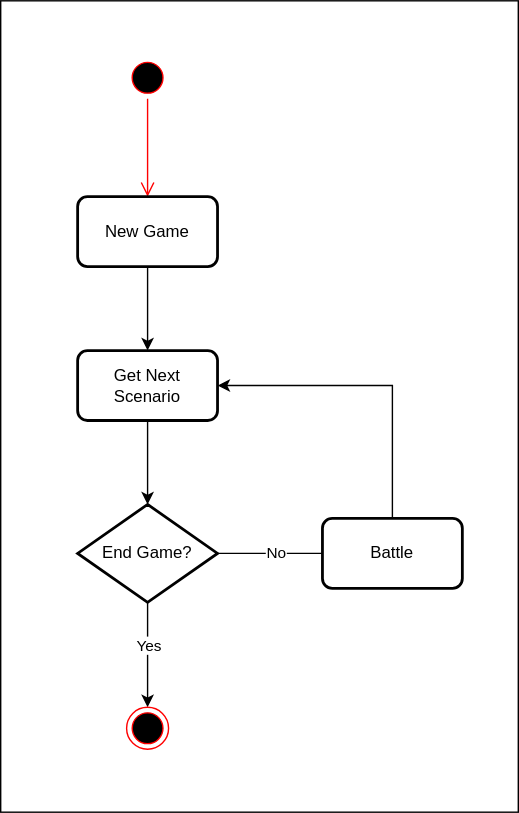
Before: docs/game_flow.svg, a diagram exported from draw.io (Haraj-backend/hex-monscape). Source tidied: cells renumbered, new cells last; positions are measured from the earlier drawing's top-left corner, leaving out a move shared by most shapes. The source it was exported from:
```xml
<mxGraphModel>
  <root>
    <mxCell id="0" />
    <mxCell id="1" parent="0" />
    <mxCell id="2" style="rounded=0;whiteSpace=wrap;html=1;" parent="1" vertex="1">
      <mxGeometry width="370" height="580" as="geometry" />
    </mxCell>
    <mxCell id="3" style="ellipse;html=1;shape=startState;fillColor=#000000;strokeColor=#ff0000;" parent="1" vertex="1">
      <mxGeometry x="90" y="40" width="30" height="30" as="geometry" />
    </mxCell>
    <mxCell id="4" style="edgeStyle=orthogonalEdgeStyle;html=1;verticalAlign=bottom;endArrow=open;endSize=8;strokeColor=#ff0000;rounded=0;" parent="1" edge="1" source="3">
      <mxGeometry relative="1" as="geometry">
        <mxPoint x="105" y="140" as="targetPoint" />
      </mxGeometry>
    </mxCell>
    <mxCell id="5" style="edgeStyle=orthogonalEdgeStyle;rounded=0;jettySize=auto;html=1;exitX=0.5;exitY=1;exitDx=0;exitDy=0;entryX=0.5;entryY=0;entryDx=0;entryDy=0;" parent="1" edge="1" source="6" target="8">
      <mxGeometry relative="1" as="geometry" />
    </mxCell>
    <mxCell id="6" value="New Game" style="rounded=1;whiteSpace=wrap;html=1;absoluteArcSize=1;arcSize=14;strokeWidth=2;" parent="1" vertex="1">
      <mxGeometry x="55" y="140" width="100" height="50" as="geometry" />
    </mxCell>
    <mxCell id="7" style="edgeStyle=orthogonalEdgeStyle;rounded=0;jettySize=auto;html=1;exitX=0.5;exitY=1;exitDx=0;exitDy=0;entryX=0.5;entryY=0;entryDx=0;entryDy=0;entryPerimeter=0;" parent="1" edge="1" source="8" target="11">
      <mxGeometry relative="1" as="geometry" />
    </mxCell>
    <mxCell id="8" value="Get Next Scenario" style="rounded=1;whiteSpace=wrap;html=1;absoluteArcSize=1;arcSize=14;strokeWidth=2;" parent="1" vertex="1">
      <mxGeometry x="55" y="250" width="100" height="50" as="geometry" />
    </mxCell>
    <mxCell id="9" style="edgeStyle=orthogonalEdgeStyle;rounded=0;jettySize=auto;html=1;exitX=0.5;exitY=1;exitDx=0;exitDy=0;exitPerimeter=0;entryX=0.5;entryY=0;entryDx=0;entryDy=0;" parent="1" edge="1" source="11" target="12">
      <mxGeometry relative="1" as="geometry" />
    </mxCell>
    <mxCell id="10" value="Yes" style="edgeLabel;html=1;align=center;verticalAlign=middle;" parent="9" vertex="1">
      <mxGeometry x="-0.22" relative="1" as="geometry">
        <mxPoint y="1" as="offset" />
      </mxGeometry>
    </mxCell>
    <mxCell id="11" value="End Game?" style="strokeWidth=2;html=1;shape=mxgraph.flowchart.decision;whiteSpace=wrap;" parent="1" vertex="1">
      <mxGeometry x="55" y="360" width="100" height="70" as="geometry" />
    </mxCell>
    <mxCell id="12" style="ellipse;html=1;shape=endState;fillColor=#000000;strokeColor=#ff0000;" parent="1" vertex="1">
      <mxGeometry x="90" y="505" width="30" height="30" as="geometry" />
    </mxCell>
    <mxCell id="13" style="edgeStyle=orthogonalEdgeStyle;rounded=0;jettySize=auto;html=1;exitX=1;exitY=0.5;exitDx=0;exitDy=0;exitPerimeter=0;" parent="1" edge="1" source="11">
      <mxGeometry relative="1" as="geometry">
        <mxPoint x="245" y="395" as="targetPoint" />
      </mxGeometry>
    </mxCell>
    <mxCell id="14" value="No" style="edgeLabel;html=1;align=center;verticalAlign=middle;" parent="13" vertex="1">
      <mxGeometry x="-0.09" y="2" relative="1" as="geometry">
        <mxPoint y="1" as="offset" />
      </mxGeometry>
    </mxCell>
    <mxCell id="15" style="edgeStyle=orthogonalEdgeStyle;rounded=0;jettySize=auto;html=1;exitX=0.5;exitY=0;exitDx=0;exitDy=0;entryX=1;entryY=0.5;entryDx=0;entryDy=0;" parent="1" edge="1" source="16" target="8">
      <mxGeometry relative="1" as="geometry" />
    </mxCell>
    <mxCell id="16" value="Battle" style="rounded=1;whiteSpace=wrap;html=1;absoluteArcSize=1;arcSize=14;strokeWidth=2;" parent="1" vertex="1">
      <mxGeometry x="230" y="370" width="100" height="50" as="geometry" />
    </mxCell>
  </root>
</mxGraphModel>
```
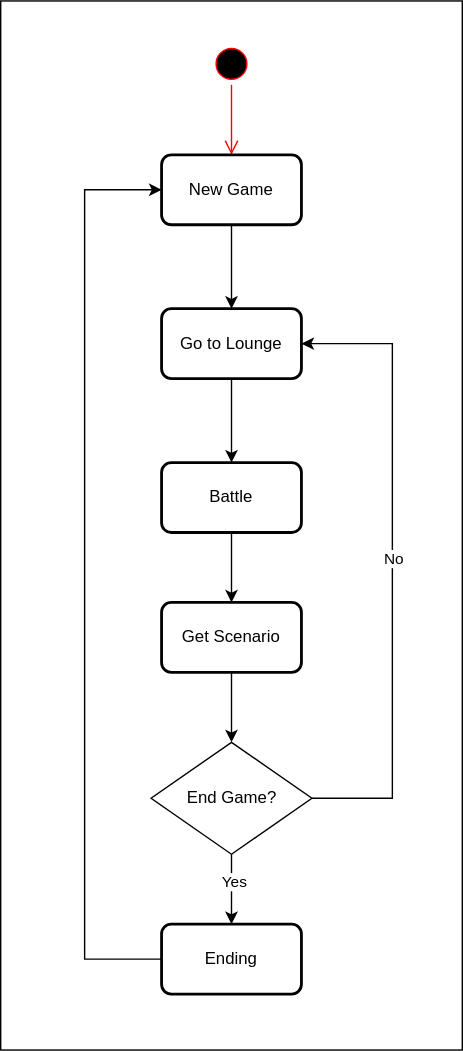
The same diagram one commit later.

Change to the diagram source:
```diff
@@ -3,57 +3,76 @@
     <mxCell id="0" />
     <mxCell id="1" parent="0" />
     <mxCell id="2" style="rounded=0;whiteSpace=wrap;html=1;" parent="1" vertex="1">
-      <mxGeometry width="370" height="580" as="geometry" />
+      <mxGeometry x="-60" y="30" width="330" height="750" as="geometry" />
     </mxCell>
     <mxCell id="3" style="ellipse;html=1;shape=startState;fillColor=#000000;strokeColor=#ff0000;" parent="1" vertex="1">
-      <mxGeometry x="90" y="40" width="30" height="30" as="geometry" />
+      <mxGeometry x="90" y="60" width="30" height="30" as="geometry" />
     </mxCell>
     <mxCell id="4" style="edgeStyle=orthogonalEdgeStyle;html=1;verticalAlign=bottom;endArrow=open;endSize=8;strokeColor=#ff0000;rounded=0;" parent="1" edge="1" source="3">
       <mxGeometry relative="1" as="geometry">
         <mxPoint x="105" y="140" as="targetPoint" />
       </mxGeometry>
     </mxCell>
-    <mxCell id="5" style="edgeStyle=orthogonalEdgeStyle;rounded=0;jettySize=auto;html=1;exitX=0.5;exitY=1;exitDx=0;exitDy=0;entryX=0.5;entryY=0;entryDx=0;entryDy=0;" parent="1" edge="1" source="6" target="8">
-      <mxGeometry relative="1" as="geometry" />
+    <mxCell id="5" style="edgeStyle=orthogonalEdgeStyle;rounded=0;jettySize=auto;html=1;exitX=0.5;exitY=1;exitDx=0;exitDy=0;entryX=0.5;entryY=0;entryDx=0;entryDy=0;" parent="1" edge="1" source="6">
+      <mxGeometry relative="1" as="geometry">
+        <mxPoint x="105" y="250" as="targetPoint" />
+      </mxGeometry>
     </mxCell>
     <mxCell id="6" value="New Game" style="rounded=1;whiteSpace=wrap;html=1;absoluteArcSize=1;arcSize=14;strokeWidth=2;" parent="1" vertex="1">
       <mxGeometry x="55" y="140" width="100" height="50" as="geometry" />
     </mxCell>
-    <mxCell id="7" style="edgeStyle=orthogonalEdgeStyle;rounded=0;jettySize=auto;html=1;exitX=0.5;exitY=1;exitDx=0;exitDy=0;entryX=0.5;entryY=0;entryDx=0;entryDy=0;entryPerimeter=0;" parent="1" edge="1" source="8" target="11">
-      <mxGeometry relative="1" as="geometry" />
-    </mxCell>
-    <mxCell id="8" value="Get Next Scenario" style="rounded=1;whiteSpace=wrap;html=1;absoluteArcSize=1;arcSize=14;strokeWidth=2;" parent="1" vertex="1">
-      <mxGeometry x="55" y="250" width="100" height="50" as="geometry" />
-    </mxCell>
-    <mxCell id="9" style="edgeStyle=orthogonalEdgeStyle;rounded=0;jettySize=auto;html=1;exitX=0.5;exitY=1;exitDx=0;exitDy=0;exitPerimeter=0;entryX=0.5;entryY=0;entryDx=0;entryDy=0;" parent="1" edge="1" source="11" target="12">
-      <mxGeometry relative="1" as="geometry" />
-    </mxCell>
+    <mxCell id="17" style="edgeStyle=orthogonalEdgeStyle;rounded=0;jettySize=auto;html=1;exitX=0.5;exitY=1;exitDx=0;exitDy=0;" parent="1" edge="1" source="18" target="16">
+      <mxGeometry relative="1" as="geometry" />
+    </mxCell>
+    <mxCell id="18" value="Go to Lounge" style="rounded=1;whiteSpace=wrap;html=1;absoluteArcSize=1;arcSize=14;strokeWidth=2;" parent="1" vertex="1">
+      <mxGeometry x="55" y="250" width="100" height="50" as="geometry" />
+    </mxCell>
+    <mxCell id="19" style="edgeStyle=orthogonalEdgeStyle;rounded=0;jettySize=auto;html=1;exitX=0.5;exitY=1;exitDx=0;exitDy=0;entryX=0.5;entryY=0;entryDx=0;entryDy=0;" parent="1" edge="1" source="16" target="21">
+      <mxGeometry relative="1" as="geometry" />
+    </mxCell>
+    <mxCell id="16" value="Battle" style="rounded=1;whiteSpace=wrap;html=1;absoluteArcSize=1;arcSize=14;strokeWidth=2;" parent="1" vertex="1">
+      <mxGeometry x="55" y="360" width="100" height="50" as="geometry" />
+    </mxCell>
+    <mxCell id="20" style="edgeStyle=orthogonalEdgeStyle;rounded=0;jettySize=auto;html=1;exitX=0.5;exitY=1;exitDx=0;exitDy=0;entryX=0.5;entryY=0;entryDx=0;entryDy=0;" parent="1" edge="1" source="21" target="11">
+      <mxGeometry relative="1" as="geometry" />
+    </mxCell>
+    <mxCell id="21" value="Get Scenario" style="rounded=1;whiteSpace=wrap;html=1;absoluteArcSize=1;arcSize=14;strokeWidth=2;" parent="1" vertex="1">
+      <mxGeometry x="55" y="460" width="100" height="50" as="geometry" />
+    </mxCell>
+    <mxCell id="22" style="edgeStyle=orthogonalEdgeStyle;rounded=0;jettySize=auto;html=1;exitX=1;exitY=0.5;exitDx=0;exitDy=0;entryX=1;entryY=0.5;entryDx=0;entryDy=0;" parent="1" edge="1" source="11" target="18">
+      <mxGeometry relative="1" as="geometry">
+        <Array as="points">
+          <mxPoint x="220" y="600" />
+          <mxPoint x="220" y="275" />
+        </Array>
+      </mxGeometry>
+    </mxCell>
+    <mxCell id="14" value="No" style="edgeLabel;html=1;align=center;verticalAlign=middle;" parent="22" vertex="1">
+      <mxGeometry x="0.02" y="-2" relative="1" as="geometry">
+        <mxPoint x="-2" as="offset" />
+      </mxGeometry>
+    </mxCell>
+    <mxCell id="23" style="edgeStyle=orthogonalEdgeStyle;rounded=0;jettySize=auto;html=1;exitX=0.5;exitY=1;exitDx=0;exitDy=0;entryX=0.5;entryY=0;entryDx=0;entryDy=0;" parent="1" edge="1" source="11">
+      <mxGeometry relative="1" as="geometry">
+        <mxPoint x="105" y="690" as="targetPoint" />
+      </mxGeometry>
+    </mxCell>
-    <mxCell id="10" value="Yes" style="edgeLabel;html=1;align=center;verticalAlign=middle;" parent="9" vertex="1">
-      <mxGeometry x="-0.22" relative="1" as="geometry">
-        <mxPoint y="1" as="offset" />
-      </mxGeometry>
+    <mxCell id="10" value="Yes" style="edgeLabel;html=1;align=center;verticalAlign=middle;" parent="23" vertex="1">
+      <mxGeometry x="-0.26" y="1" relative="1" as="geometry" />
     </mxCell>
-    <mxCell id="11" value="End Game?" style="strokeWidth=2;html=1;shape=mxgraph.flowchart.decision;whiteSpace=wrap;" parent="1" vertex="1">
-      <mxGeometry x="55" y="360" width="100" height="70" as="geometry" />
+    <mxCell id="11" value="End Game?" style="rhombus;whiteSpace=wrap;html=1;" parent="1" vertex="1">
+      <mxGeometry x="47.5" y="560" width="115" height="80" as="geometry" />
     </mxCell>
-    <mxCell id="12" style="ellipse;html=1;shape=endState;fillColor=#000000;strokeColor=#ff0000;" parent="1" vertex="1">
-      <mxGeometry x="90" y="505" width="30" height="30" as="geometry" />
-    </mxCell>
-    <mxCell id="13" style="edgeStyle=orthogonalEdgeStyle;rounded=0;jettySize=auto;html=1;exitX=1;exitY=0.5;exitDx=0;exitDy=0;exitPerimeter=0;" parent="1" edge="1" source="11">
-      <mxGeometry relative="1" as="geometry">
-        <mxPoint x="245" y="395" as="targetPoint" />
-      </mxGeometry>
-    </mxCell>
-    <mxCell id="14" value="No" style="edgeLabel;html=1;align=center;verticalAlign=middle;" parent="13" vertex="1">
-      <mxGeometry x="-0.09" y="2" relative="1" as="geometry">
-        <mxPoint y="1" as="offset" />
-      </mxGeometry>
-    </mxCell>
-    <mxCell id="15" style="edgeStyle=orthogonalEdgeStyle;rounded=0;jettySize=auto;html=1;exitX=0.5;exitY=0;exitDx=0;exitDy=0;entryX=1;entryY=0.5;entryDx=0;entryDy=0;" parent="1" edge="1" source="16" target="8">
-      <mxGeometry relative="1" as="geometry" />
-    </mxCell>
-    <mxCell id="16" value="Battle" style="rounded=1;whiteSpace=wrap;html=1;absoluteArcSize=1;arcSize=14;strokeWidth=2;" parent="1" vertex="1">
-      <mxGeometry x="230" y="370" width="100" height="50" as="geometry" />
-    </mxCell>
+    <mxCell id="24" style="edgeStyle=orthogonalEdgeStyle;rounded=0;jettySize=auto;html=1;exitX=0;exitY=0.5;exitDx=0;exitDy=0;entryX=0;entryY=0.5;entryDx=0;entryDy=0;" parent="1" edge="1" source="25" target="6">
+      <mxGeometry relative="1" as="geometry">
+        <Array as="points">
+          <mxPoint y="715" />
+          <mxPoint y="165" />
+        </Array>
+      </mxGeometry>
+    </mxCell>
+    <mxCell id="25" value="Ending" style="rounded=1;whiteSpace=wrap;html=1;absoluteArcSize=1;arcSize=14;strokeWidth=2;" parent="1" vertex="1">
+      <mxGeometry x="55" y="690" width="100" height="50" as="geometry" />
+    </mxCell>
   </root>
 </mxGraphModel>
```
